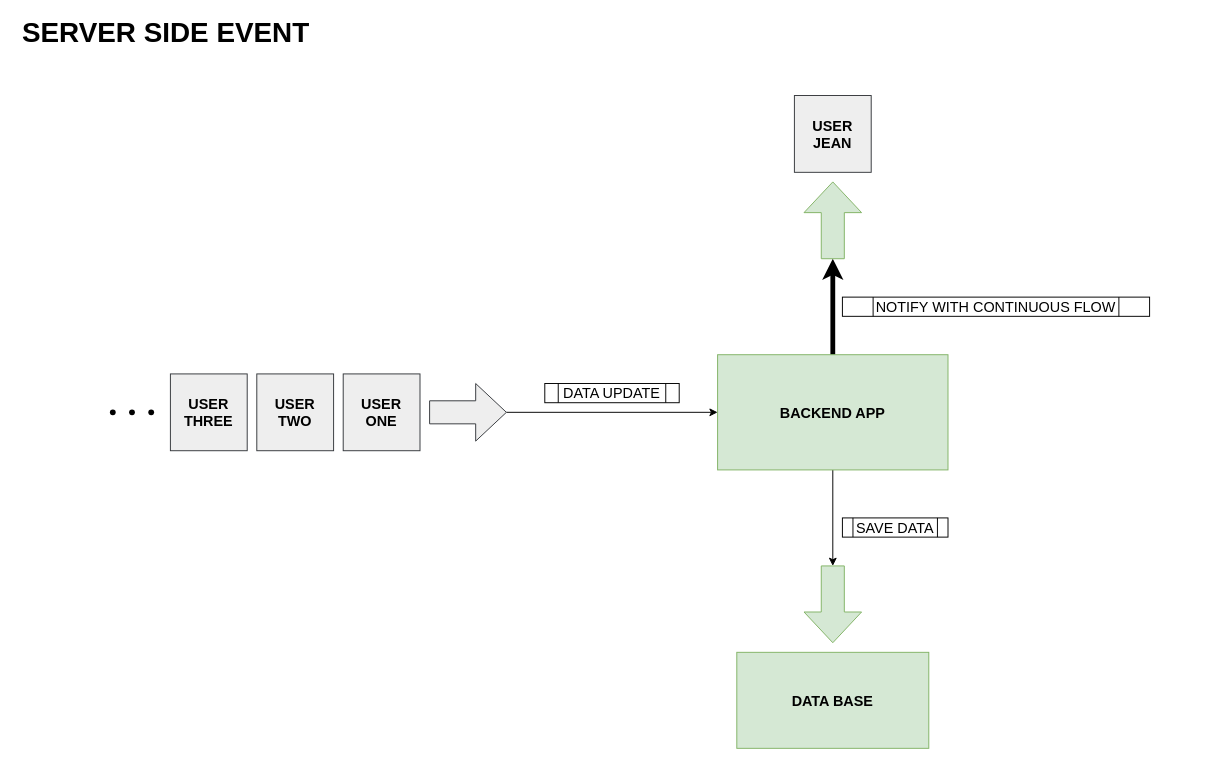
Above: Untitled Diagram.drawio in Cotliner/draw-io (draw.io), before the change. Source tidied: cells renumbered, new cells numbered last; positions are measured from the earlier drawing's top-left corner, leaving out a move shared by most shapes. Both pictures are drawn from the tidied source at 96%, with x=0, y=0 at pixel (16, 18).
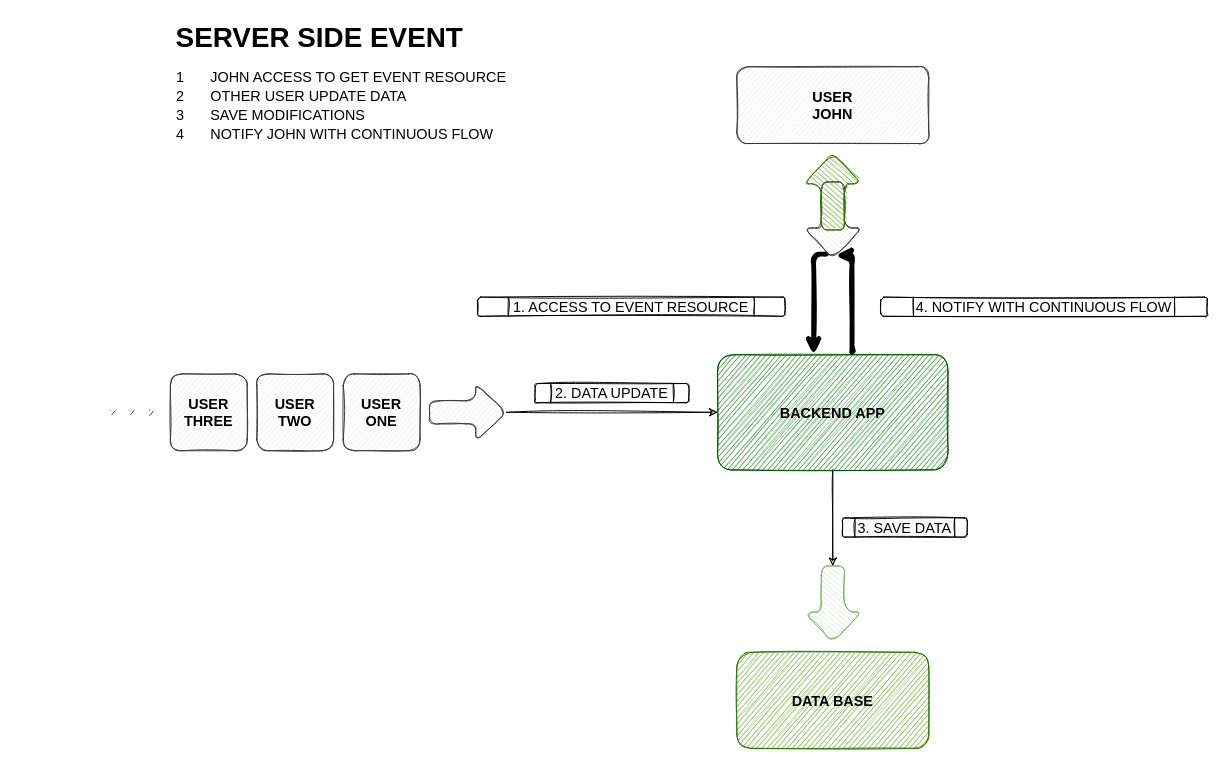
After the change.

The edit, as a diff of the source:
```diff
@@
-    <mxCell id="2" style="edgeStyle=orthogonalEdgeStyle;rounded=0;jettySize=auto;html=1;fontSize=29;" parent="1" edge="1" source="7" target="5">
+    <mxCell id="2" style="edgeStyle=orthogonalEdgeStyle;rounded=1;jettySize=auto;html=1;fontSize=29;sketch=1;" parent="1" edge="1" source="7" target="5">
       <mxGeometry relative="1" as="geometry" />
     </mxCell>
-    <mxCell id="3" style="edgeStyle=orthogonalEdgeStyle;rounded=0;jettySize=auto;html=1;fontSize=15;strokeWidth=5;" parent="1" edge="1" source="5" target="10">
-      <mxGeometry relative="1" as="geometry" />
-    </mxCell>
-    <mxCell id="4" style="edgeStyle=orthogonalEdgeStyle;rounded=0;jettySize=auto;html=1;fontSize=15;" parent="1" edge="1" source="5" target="13">
+    <mxCell id="4" style="edgeStyle=orthogonalEdgeStyle;rounded=1;jettySize=auto;html=1;fontSize=15;sketch=1;" parent="1" edge="1" source="5" target="13">
       <mxGeometry relative="1" as="geometry" />
     </mxCell>
+    <mxCell id="21" style="edgeStyle=orthogonalEdgeStyle;rounded=1;jettySize=auto;html=1;fontSize=15;strokeWidth=5;sketch=1;exitX=0.94;exitY=0.613;exitDx=0;exitDy=0;exitPerimeter=0;" parent="1" edge="1" source="26" target="5">
+      <mxGeometry relative="1" as="geometry">
+        <Array as="points">
+          <mxPoint x="830" y="245" />
+        </Array>
+      </mxGeometry>
+    </mxCell>
-    <mxCell id="5" value="BACKEND APP" style="rounded=0;whiteSpace=wrap;html=1;fillColor=#d5e8d4;strokeColor=#82b366;gradientColor=none;fontStyle=1;fontSize=15;" parent="1" vertex="1">
+    <mxCell id="5" value="BACKEND APP" style="rounded=1;whiteSpace=wrap;html=1;fillColor=#008a00;strokeColor=#005700;fontStyle=1;fontSize=15;sketch=1;fontColor=#000000;" parent="1" vertex="1">
       <mxGeometry x="730" y="350" width="240" height="120" as="geometry" />
     </mxCell>
-    <mxCell id="6" value="&lt;b&gt;&lt;font style=&quot;font-size: 29px&quot;&gt;SERVER SIDE EVENT&lt;/font&gt;&lt;/b&gt;" style="text;html=1;align=center;verticalAlign=middle;strokeColor=none;fillColor=none;fontSize=15;" parent="1" vertex="1">
-      <mxGeometry width="310" height="30" as="geometry" />
+    <mxCell id="6" value="&lt;b&gt;&lt;font style=&quot;font-size: 29px&quot;&gt;SERVER SIDE EVENT&lt;/font&gt;&lt;/b&gt;" style="text;html=1;align=center;verticalAlign=middle;strokeColor=none;fillColor=none;fontSize=15;sketch=1;rounded=1;" parent="1" vertex="1">
+      <mxGeometry x="160" y="5" width="310" height="30" as="geometry" />
     </mxCell>
-    <mxCell id="7" style="shape=singleArrow;whiteSpace=wrap;html=1;arrowWidth=0.4;arrowSize=0.4;fontSize=15;fillColor=#eeeeee;strokeColor=#36393d;rounded=0;fontStyle=1;" parent="1" vertex="1">
+    <mxCell id="7" style="shape=singleArrow;whiteSpace=wrap;html=1;arrowWidth=0.4;arrowSize=0.4;fontSize=15;fillColor=#eeeeee;strokeColor=#36393d;rounded=1;fontStyle=1;sketch=1;" parent="1" vertex="1">
       <mxGeometry x="430" y="380" width="80" height="60" as="geometry" />
     </mxCell>
-    <mxCell id="8" value="USER&lt;br&gt;ONE" style="whiteSpace=wrap;html=1;rounded=0;fontSize=15;fillColor=#eeeeee;strokeColor=#36393d;fontStyle=1;" parent="1" vertex="1">
+    <mxCell id="8" value="USER&lt;br&gt;ONE" style="whiteSpace=wrap;html=1;rounded=1;fontSize=15;fillColor=#eeeeee;strokeColor=#36393d;fontStyle=1;sketch=1;" parent="1" vertex="1">
       <mxGeometry x="340" y="370" width="80" height="80" as="geometry" />
     </mxCell>
-    <mxCell id="9" value="DATA UPDATE" style="shape=process;whiteSpace=wrap;html=1;backgroundOutline=1;rounded=0;fontSize=15;fillColor=default;gradientColor=none;" parent="1" vertex="1">
-      <mxGeometry x="550" y="380" width="140" height="20" as="geometry" />
+    <mxCell id="9" value="2. DATA UPDATE" style="shape=process;whiteSpace=wrap;html=1;backgroundOutline=1;rounded=1;fontSize=15;fillColor=default;gradientColor=none;sketch=1;" parent="1" vertex="1">
+      <mxGeometry x="540" y="380" width="160" height="20" as="geometry" />
     </mxCell>
-    <mxCell id="10" style="shape=singleArrow;whiteSpace=wrap;html=1;arrowWidth=0.4;arrowSize=0.4;fontSize=15;fillColor=#d5e8d4;strokeColor=#82b366;rounded=0;gradientColor=none;fontStyle=1;rotation=-90;" parent="1" vertex="1">
-      <mxGeometry x="810" y="180" width="80" height="60" as="geometry" />
-    </mxCell>
-    <mxCell id="11" value="USER&lt;br&gt;JEAN" style="whiteSpace=wrap;html=1;rounded=0;fontSize=15;fillColor=#eeeeee;strokeColor=#36393d;fontStyle=1;" parent="1" vertex="1">
-      <mxGeometry x="810" y="80" width="80" height="80" as="geometry" />
+    <mxCell id="11" value="USER&lt;br&gt;JOHN" style="whiteSpace=wrap;html=1;rounded=1;fontSize=15;fillColor=#eeeeee;strokeColor=#36393d;fontStyle=1;sketch=1;" parent="1" vertex="1">
+      <mxGeometry x="750" y="50" width="200" height="80" as="geometry" />
     </mxCell>
-    <mxCell id="12" value="NOTIFY WITH CONTINUOUS FLOW" style="shape=process;whiteSpace=wrap;html=1;backgroundOutline=1;rounded=0;fontSize=15;fillColor=default;gradientColor=none;" parent="1" vertex="1">
-      <mxGeometry x="860" y="290" width="320" height="20" as="geometry" />
+    <mxCell id="12" value="4. NOTIFY WITH CONTINUOUS FLOW" style="shape=process;whiteSpace=wrap;html=1;backgroundOutline=1;rounded=1;fontSize=15;fillColor=default;gradientColor=none;sketch=1;" parent="1" vertex="1">
+      <mxGeometry x="900" y="290" width="340" height="20" as="geometry" />
     </mxCell>
-    <mxCell id="13" style="shape=singleArrow;whiteSpace=wrap;html=1;arrowWidth=0.4;arrowSize=0.4;fontSize=15;fillColor=#d5e8d4;strokeColor=#82b366;rounded=0;gradientColor=none;fontStyle=1;rotation=90;" parent="1" vertex="1">
+    <mxCell id="13" style="shape=singleArrow;whiteSpace=wrap;html=1;arrowWidth=0.4;arrowSize=0.4;fontSize=15;fillColor=#d5e8d4;strokeColor=#82b366;rounded=1;gradientColor=none;fontStyle=1;rotation=90;sketch=1;" parent="1" vertex="1">
       <mxGeometry x="810" y="580" width="80" height="60" as="geometry" />
     </mxCell>
-    <mxCell id="14" value="DATA BASE" style="rounded=0;whiteSpace=wrap;html=1;fillColor=#d5e8d4;strokeColor=#82b366;gradientColor=none;fontStyle=1;fontSize=15;" parent="1" vertex="1">
+    <mxCell id="14" value="DATA BASE" style="rounded=1;whiteSpace=wrap;html=1;fillColor=#60a917;strokeColor=#2D7600;fontStyle=1;fontSize=15;sketch=1;fontColor=#000000;" parent="1" vertex="1">
       <mxGeometry x="750" y="660" width="200" height="100" as="geometry" />
     </mxCell>
-    <mxCell id="15" value="SAVE DATA" style="shape=process;whiteSpace=wrap;html=1;backgroundOutline=1;rounded=0;fontSize=15;fillColor=default;gradientColor=none;" parent="1" vertex="1">
-      <mxGeometry x="860" y="520" width="110" height="20" as="geometry" />
+    <mxCell id="15" value="3. SAVE DATA" style="shape=process;whiteSpace=wrap;html=1;backgroundOutline=1;rounded=1;fontSize=15;fillColor=default;gradientColor=none;sketch=1;" parent="1" vertex="1">
+      <mxGeometry x="860" y="520" width="130" height="20" as="geometry" />
     </mxCell>
-    <mxCell id="16" value="USER&lt;br&gt;TWO" style="whiteSpace=wrap;html=1;rounded=0;fontSize=15;fillColor=#eeeeee;strokeColor=#36393d;fontStyle=1;" parent="1" vertex="1">
+    <mxCell id="16" value="USER&lt;br&gt;TWO" style="whiteSpace=wrap;html=1;rounded=1;fontSize=15;fillColor=#eeeeee;strokeColor=#36393d;fontStyle=1;sketch=1;" parent="1" vertex="1">
       <mxGeometry x="250" y="370" width="80" height="80" as="geometry" />
     </mxCell>
-    <mxCell id="17" value="USER&lt;br&gt;THREE" style="whiteSpace=wrap;html=1;rounded=0;fontSize=15;fillColor=#eeeeee;strokeColor=#36393d;fontStyle=1;" parent="1" vertex="1">
+    <mxCell id="17" value="USER&lt;br&gt;THREE" style="whiteSpace=wrap;html=1;rounded=1;fontSize=15;fillColor=#eeeeee;strokeColor=#36393d;fontStyle=1;sketch=1;" parent="1" vertex="1">
       <mxGeometry x="160" y="370" width="80" height="80" as="geometry" />
     </mxCell>
-    <mxCell id="18" style="shape=waypoint;sketch=0;size=6;fillColor=none;perimeter=centerPerimeter;rounded=0;fontSize=15;" parent="1" vertex="1">
+    <mxCell id="18" style="shape=waypoint;sketch=1;size=6;fillColor=none;perimeter=centerPerimeter;rounded=1;fontSize=15;" parent="1" vertex="1">
       <mxGeometry x="80" y="390" width="40" height="40" as="geometry" />
     </mxCell>
-    <mxCell id="19" style="shape=waypoint;sketch=0;size=6;fillColor=none;perimeter=centerPerimeter;rounded=0;fontSize=15;" parent="1" vertex="1">
+    <mxCell id="19" style="shape=waypoint;sketch=1;size=6;fillColor=none;perimeter=centerPerimeter;rounded=1;fontSize=15;" parent="1" vertex="1">
       <mxGeometry x="100" y="390" width="40" height="40" as="geometry" />
     </mxCell>
-    <mxCell id="20" style="shape=waypoint;sketch=0;size=6;fillColor=none;perimeter=centerPerimeter;rounded=0;fontSize=15;" parent="1" vertex="1">
+    <mxCell id="20" style="shape=waypoint;sketch=1;size=6;fillColor=none;perimeter=centerPerimeter;rounded=1;fontSize=15;" parent="1" vertex="1">
       <mxGeometry x="120" y="390" width="40" height="40" as="geometry" />
     </mxCell>
+    <mxCell id="22" value="JOHN ACCESS TO GET EVENT RESOURCE" style="text;html=1;align=left;verticalAlign=middle;strokeColor=none;fillColor=none;fontSize=15;sketch=1;rounded=1;" parent="1" vertex="1">
+      <mxGeometry x="200" y="50" width="320" height="20" as="geometry" />
+    </mxCell>
+    <mxCell id="23" value="OTHER USER UPDATE DATA" style="text;html=1;align=left;verticalAlign=middle;strokeColor=none;fillColor=none;fontSize=15;sketch=1;rounded=1;" parent="1" vertex="1">
+      <mxGeometry x="200" y="70" width="220" height="20" as="geometry" />
+    </mxCell>
+    <mxCell id="24" value="1" style="text;html=1;align=center;verticalAlign=middle;strokeColor=none;fillColor=none;fontSize=15;sketch=1;rounded=1;" parent="1" vertex="1">
+      <mxGeometry x="160" y="50" width="20" height="20" as="geometry" />
+    </mxCell>
+    <mxCell id="25" value="2" style="text;html=1;align=center;verticalAlign=middle;strokeColor=none;fillColor=none;fontSize=15;sketch=1;rounded=1;" parent="1" vertex="1">
+      <mxGeometry x="160" y="70" width="20" height="20" as="geometry" />
+    </mxCell>
+    <mxCell id="26" style="shape=singleArrow;whiteSpace=wrap;html=1;arrowWidth=0.4;arrowSize=0.4;fontSize=15;fillColor=#eeeeee;strokeColor=#36393d;rounded=1;fontStyle=1;rotation=90;sketch=1;" parent="1" vertex="1">
+      <mxGeometry x="810" y="180" width="80" height="60" as="geometry" />
+    </mxCell>
+    <mxCell id="27" value="1. ACCESS TO EVENT RESOURCE" style="shape=process;whiteSpace=wrap;html=1;backgroundOutline=1;rounded=1;fontSize=15;fillColor=default;gradientColor=none;sketch=1;" parent="1" vertex="1">
+      <mxGeometry x="480" y="290" width="320" height="20" as="geometry" />
+    </mxCell>
+    <mxCell id="28" value="SAVE MODIFICATIONS" style="text;html=1;align=left;verticalAlign=middle;strokeColor=none;fillColor=none;fontSize=15;sketch=1;rounded=1;" parent="1" vertex="1">
+      <mxGeometry x="200" y="90" width="180" height="20" as="geometry" />
+    </mxCell>
+    <mxCell id="29" value="3" style="text;html=1;align=center;verticalAlign=middle;strokeColor=none;fillColor=none;fontSize=15;sketch=1;rounded=1;" parent="1" vertex="1">
+      <mxGeometry x="160" y="90" width="20" height="20" as="geometry" />
+    </mxCell>
+    <mxCell id="30" value="NOTIFY JOHN WITH CONTINUOUS FLOW" style="text;html=1;align=left;verticalAlign=middle;strokeColor=none;fillColor=none;fontSize=15;sketch=1;rounded=1;" parent="1" vertex="1">
+      <mxGeometry x="200" y="110" width="310" height="20" as="geometry" />
+    </mxCell>
+    <mxCell id="31" value="4" style="text;html=1;align=center;verticalAlign=middle;strokeColor=none;fillColor=none;fontSize=15;sketch=1;rounded=1;" parent="1" vertex="1">
+      <mxGeometry x="160" y="110" width="20" height="20" as="geometry" />
+    </mxCell>
+    <mxCell id="32" style="edgeStyle=orthogonalEdgeStyle;rounded=1;jettySize=auto;html=1;fontSize=15;strokeWidth=5;sketch=1;entryX=0.957;entryY=0.451;entryDx=0;entryDy=0;entryPerimeter=0;" parent="1" edge="1" target="26">
+      <mxGeometry relative="1" as="geometry">
+        <mxPoint x="870" y="340" as="sourcePoint" />
+        <Array as="points">
+          <mxPoint x="870" y="350" />
+          <mxPoint x="870" y="247" />
+        </Array>
+      </mxGeometry>
+    </mxCell>
+    <mxCell id="33" style="shape=singleArrow;whiteSpace=wrap;html=1;arrowWidth=0.4;arrowSize=0.4;fontSize=15;fillColor=#60a917;strokeColor=#2D7600;rounded=1;fontStyle=1;rotation=-90;sketch=1;fontColor=#ffffff;" parent="1" vertex="1">
+      <mxGeometry x="810" y="150" width="80" height="60" as="geometry" />
+    </mxCell>
```
